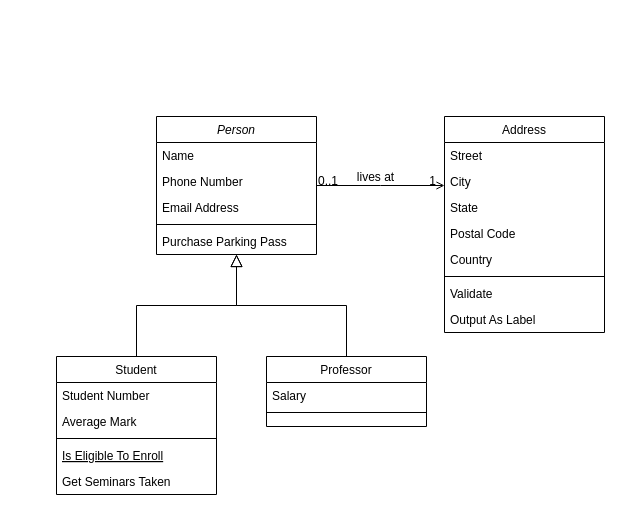
The draw.io diagram PMS.drawio in walidulhasan/UML, before the edit. Source tidied: cells renumbered, new cells numbered last; positions are measured from the earlier drawing's top-left corner, leaving out a move shared by most shapes. Both pictures are drawn from the tidied source at 100%, with x=0, y=0 at pixel (56, 116).
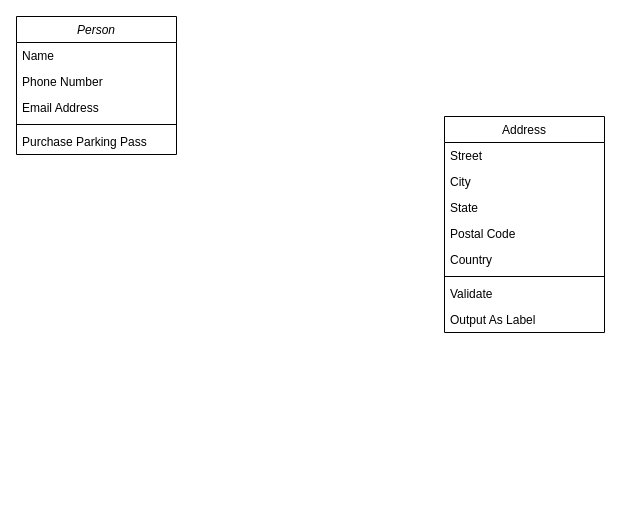
Above is the later version.

Unchanged cells that the change refers to:
```xml
<mxCell id="19" value="Address" style="swimlane;fontStyle=0;align=center;verticalAlign=top;horizontal=1;startSize=26;rounded=0;shadow=0;strokeWidth=1;" parent="1" vertex="1">
  <mxGeometry x="388" width="160" height="216" as="geometry" />
</mxCell>
```

What changed in the source:
```diff
@@
     <mxCell id="2" value="Person" style="swimlane;fontStyle=2;align=center;verticalAlign=top;horizontal=1;startSize=26;rounded=0;shadow=0;strokeWidth=1;" parent="1" vertex="1">
-      <mxGeometry x="100" width="160" height="138" as="geometry" />
+      <mxGeometry x="-40" y="-100" width="160" height="138" as="geometry" />
     </mxCell>
@@
-    <mxCell id="8" value="Student" style="swimlane;fontStyle=0;align=center;verticalAlign=top;horizontal=1;startSize=26;rounded=0;shadow=0;strokeWidth=1;" parent="1" vertex="1">
-      <mxGeometry y="240" width="160" height="138" as="geometry" />
-    </mxCell>
-    <mxCell id="9" value="Student Number" style="text;align=left;verticalAlign=top;spacingLeft=4;spacingRight=4;overflow=hidden;" parent="8" vertex="1">
-      <mxGeometry y="26" width="160" height="26" as="geometry" />
-    </mxCell>
-    <mxCell id="10" value="Average Mark" style="text;align=left;verticalAlign=top;spacingLeft=4;spacingRight=4;overflow=hidden;rounded=0;shadow=0;html=0;" parent="8" vertex="1">
-      <mxGeometry y="52" width="160" height="26" as="geometry" />
-    </mxCell>
-    <mxCell id="11" style="line;html=1;strokeWidth=1;align=left;verticalAlign=middle;spacingTop=-1;spacingLeft=3;spacingRight=3;labelPosition=right;" parent="8" vertex="1">
-      <mxGeometry y="78" width="160" height="8" as="geometry" />
-    </mxCell>
-    <mxCell id="12" value="Is Eligible To Enroll" style="text;align=left;verticalAlign=top;spacingLeft=4;spacingRight=4;overflow=hidden;fontStyle=4;" parent="8" vertex="1">
-      <mxGeometry y="86" width="160" height="26" as="geometry" />
-    </mxCell>
-    <mxCell id="13" value="Get Seminars Taken" style="text;align=left;verticalAlign=top;spacingLeft=4;spacingRight=4;overflow=hidden;" parent="8" vertex="1">
-      <mxGeometry y="112" width="160" height="26" as="geometry" />
-    </mxCell>
-    <mxCell id="14" style="endArrow=block;endSize=10;endFill=0;shadow=0;strokeWidth=1;rounded=0;edgeStyle=elbowEdgeStyle;elbow=vertical;" parent="1" edge="1" source="8" target="2">
-      <mxGeometry relative="1" as="geometry" />
-    </mxCell>
-    <mxCell id="15" value="Professor" style="swimlane;fontStyle=0;align=center;verticalAlign=top;horizontal=1;startSize=26;rounded=0;shadow=0;strokeWidth=1;" parent="1" vertex="1">
-      <mxGeometry x="210" y="240" width="160" height="70" as="geometry" />
-    </mxCell>
-    <mxCell id="16" value="Salary" style="text;align=left;verticalAlign=top;spacingLeft=4;spacingRight=4;overflow=hidden;" parent="15" vertex="1">
-      <mxGeometry y="26" width="160" height="26" as="geometry" />
-    </mxCell>
-    <mxCell id="17" style="line;html=1;strokeWidth=1;align=left;verticalAlign=middle;spacingTop=-1;spacingLeft=3;spacingRight=3;labelPosition=right;" parent="15" vertex="1">
-      <mxGeometry y="52" width="160" height="8" as="geometry" />
-    </mxCell>
-    <mxCell id="18" style="endArrow=block;endSize=10;endFill=0;shadow=0;strokeWidth=1;rounded=0;edgeStyle=elbowEdgeStyle;elbow=vertical;" parent="1" edge="1" source="15" target="2">
-      <mxGeometry relative="1" as="geometry" />
-    </mxCell>
@@
-    <mxCell id="28" style="endArrow=open;shadow=0;strokeWidth=1;rounded=0;endFill=1;edgeStyle=elbowEdgeStyle;elbow=vertical;" parent="1" edge="1" source="2" target="19">
-      <mxGeometry x="0.5" y="41" relative="1" as="geometry">
-        <mxPoint x="-40" y="32" as="offset" />
-      </mxGeometry>
-    </mxCell>
-    <mxCell id="29" value="0..1" style="align=left;verticalAlign=bottom;labelBackgroundColor=none;fontSize=12;" parent="28" vertex="1">
-      <mxGeometry x="-1" relative="1" as="geometry">
-        <mxPoint y="4" as="offset" />
-      </mxGeometry>
-    </mxCell>
-    <mxCell id="30" value="1" style="align=right;verticalAlign=bottom;labelBackgroundColor=none;fontSize=12;" parent="28" vertex="1">
-      <mxGeometry x="1" relative="1" as="geometry">
-        <mxPoint x="-7" y="4" as="offset" />
-      </mxGeometry>
-    </mxCell>
-    <mxCell id="31" value="lives at" style="text;html=1;align=center;verticalAlign=middle;labelBackgroundColor=none;rounded=0;shadow=0;strokeWidth=1;fontSize=12;" parent="28" vertex="1">
-      <mxGeometry x="0.5" y="49" relative="1" as="geometry">
-        <mxPoint x="-38" y="40" as="offset" />
-      </mxGeometry>
-    </mxCell>
```
